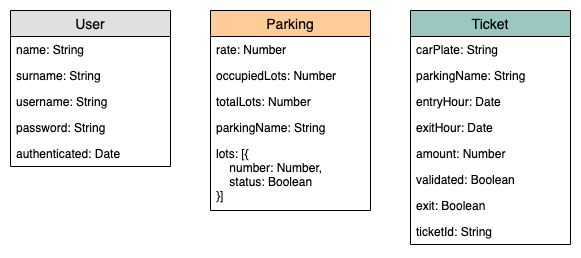
Above: staff/alex-martinez/staycar/staycar-doc/staycar-data-model-diagram.png in b00tc4mp/skylab-bootcamp-202001 (draw.io), before the change. Source tidied: cells renumbered, new cells last; positions are measured from the earlier drawing's top-left corner, leaving out a move shared by most shapes.
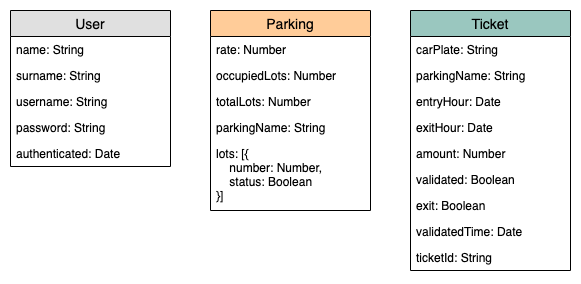
The same file after the commit.

Commit message:
modified data-model and flow diagrams

Diff of the diagram source:
```diff
@@ -3,7 +3,7 @@
     <mxCell id="0" />
     <mxCell id="1" parent="0" />
     <mxCell id="2" value="Ticket" style="swimlane;fontStyle=0;horizontal=1;startSize=26;fillColor=#9AC7BF;swimlaneFillColor=#ffffff;align=center;fontSize=14;" parent="1" vertex="1">
-      <mxGeometry x="400" width="160" height="234" as="geometry" />
+      <mxGeometry x="400" width="160" height="260" as="geometry" />
     </mxCell>
     <mxCell id="3" value="carPlate: String" style="text;strokeColor=none;fillColor=none;spacingLeft=4;spacingRight=4;overflow=hidden;fontSize=12;" parent="2" vertex="1">
       <mxGeometry y="26" width="160" height="26" as="geometry" />
@@ -26,8 +26,11 @@
     <mxCell id="9" value="exit: Boolean" style="text;strokeColor=none;fillColor=none;spacingLeft=4;spacingRight=4;overflow=hidden;fontSize=12;" parent="2" vertex="1">
       <mxGeometry y="182" width="160" height="26" as="geometry" />
     </mxCell>
+    <mxCell id="23" value="validatedTime: Date" style="text;strokeColor=none;fillColor=none;spacingLeft=4;spacingRight=4;overflow=hidden;fontSize=12;" parent="2" vertex="1">
+      <mxGeometry y="208" width="160" height="26" as="geometry" />
+    </mxCell>
     <mxCell id="10" value="ticketId: String" style="text;strokeColor=none;fillColor=none;spacingLeft=4;spacingRight=4;overflow=hidden;fontSize=12;" parent="2" vertex="1">
-      <mxGeometry y="208" width="160" height="26" as="geometry" />
+      <mxGeometry y="234" width="160" height="26" as="geometry" />
     </mxCell>
     <mxCell id="11" value="Parking" style="swimlane;fontStyle=0;horizontal=1;startSize=26;fillColor=#FFCC99;swimlaneFillColor=#ffffff;align=center;fontSize=14;" parent="1" vertex="1">
       <mxGeometry x="200" width="160" height="200" as="geometry" />
```
